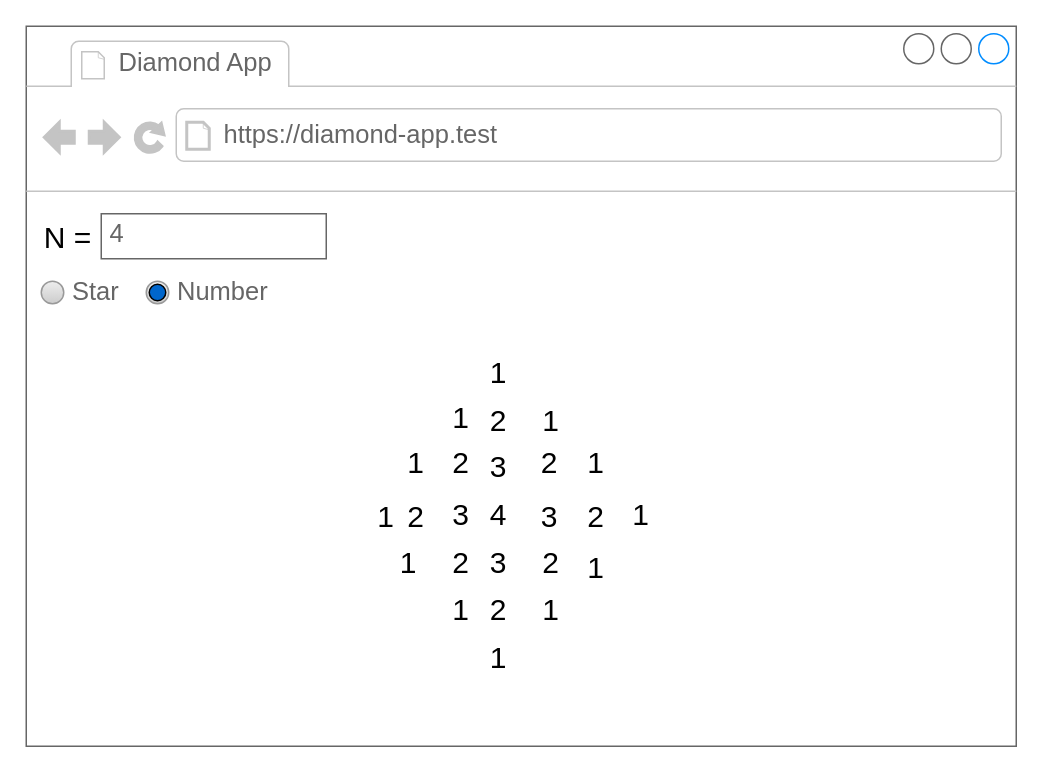
cubercise/diamond-assignment keeps this draw.io diagram as page "number" (1 of 2) of prototype.drawio. Above is the earlier version. Source tidied: cells renumbered, new cells numbered last; positions are measured from the earlier drawing's top-left corner, leaving out a move shared by most shapes. Both pictures are drawn from the tidied source at 150%, with x=0, y=0 at pixel (26, 26).
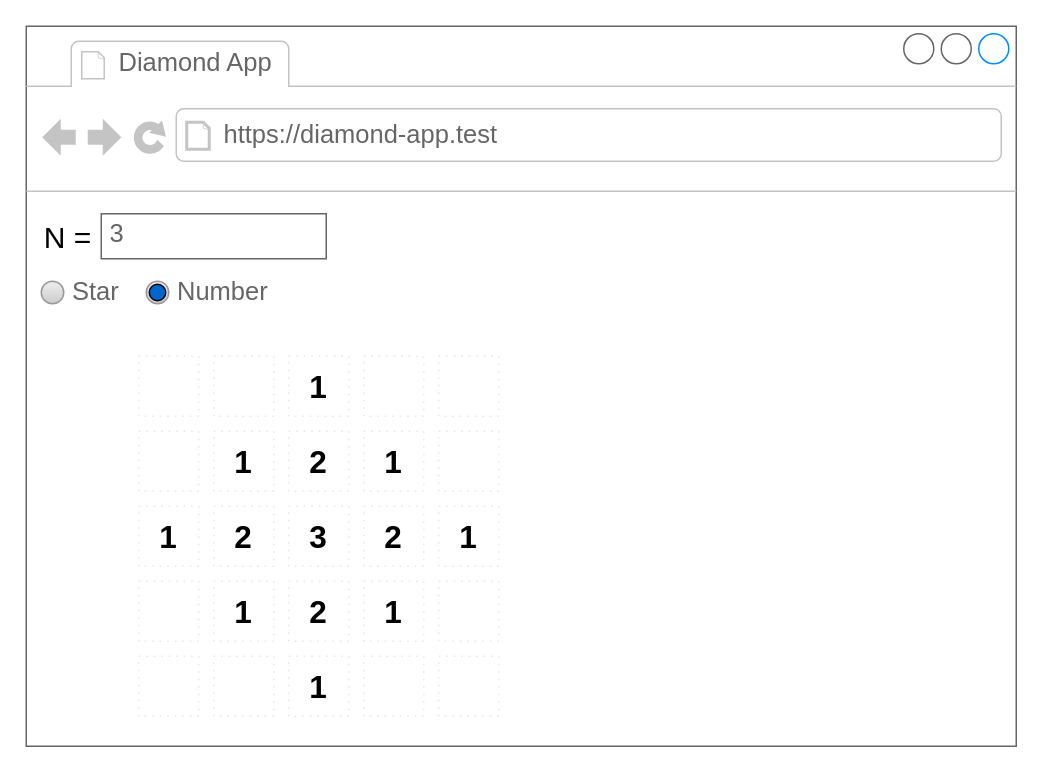
After the change.

The change refers to these unchanged cells:
```xml
<mxCell id="2" style="strokeWidth=1;shadow=0;dashed=0;align=center;html=1;shape=mxgraph.mockup.containers.browserWindow;rSize=0;strokeColor=#666666;strokeColor2=#008cff;strokeColor3=#c4c4c4;mainText=,;" parent="1" vertex="1">
  <mxGeometry width="660" height="480" as="geometry" />
</mxCell>
```

Diff of the diagram source:
```diff
@@
-    <mxCell id="5" value="4" style="strokeWidth=1;shadow=0;dashed=0;align=center;html=1;shape=mxgraph.mockup.text.textBox;fontColor=#666666;align=left;fontSize=17;spacingLeft=4;spacingTop=-3;strokeColor=#666666;mainText=;" parent="2" vertex="1">
+    <mxCell id="5" value="3" style="strokeWidth=1;shadow=0;dashed=0;align=center;html=1;shape=mxgraph.mockup.text.textBox;fontColor=#666666;align=left;fontSize=17;spacingLeft=4;spacingTop=-3;strokeColor=#666666;mainText=;" parent="2" vertex="1">
       <mxGeometry x="50" y="125" width="150" height="30" as="geometry" />
     </mxCell>
@@
-    <mxCell id="9" value="1" style="text;html=1;strokeColor=none;fillColor=none;align=center;verticalAlign=middle;whiteSpace=wrap;rounded=0;sketch=0;fontSize=20;" parent="2" vertex="1">
-      <mxGeometry x="295" y="220" width="40" height="20" as="geometry" />
-    </mxCell>
-    <mxCell id="10" value="2" style="text;html=1;strokeColor=none;fillColor=none;align=center;verticalAlign=middle;whiteSpace=wrap;rounded=0;sketch=0;fontSize=20;" parent="2" vertex="1">
-      <mxGeometry x="295" y="252" width="40" height="20" as="geometry" />
-    </mxCell>
-    <mxCell id="11" value="3" style="text;html=1;strokeColor=none;fillColor=none;align=center;verticalAlign=middle;whiteSpace=wrap;rounded=0;sketch=0;fontSize=20;" parent="2" vertex="1">
-      <mxGeometry x="295" y="283" width="40" height="20" as="geometry" />
-    </mxCell>
-    <mxCell id="12" value="4" style="text;html=1;strokeColor=none;fillColor=none;align=center;verticalAlign=middle;whiteSpace=wrap;rounded=0;sketch=0;fontSize=20;" parent="2" vertex="1">
-      <mxGeometry x="295" y="315" width="40" height="20" as="geometry" />
-    </mxCell>
-    <mxCell id="13" value="3" style="text;html=1;strokeColor=none;fillColor=none;align=center;verticalAlign=middle;whiteSpace=wrap;rounded=0;sketch=0;fontSize=20;" parent="2" vertex="1">
-      <mxGeometry x="295" y="347" width="40" height="20" as="geometry" />
-    </mxCell>
-    <mxCell id="14" value="2" style="text;html=1;strokeColor=none;fillColor=none;align=center;verticalAlign=middle;whiteSpace=wrap;rounded=0;sketch=0;fontSize=20;" parent="2" vertex="1">
-      <mxGeometry x="295" y="378" width="40" height="20" as="geometry" />
-    </mxCell>
-    <mxCell id="15" value="1" style="text;html=1;strokeColor=none;fillColor=none;align=center;verticalAlign=middle;whiteSpace=wrap;rounded=0;sketch=0;fontSize=20;" parent="2" vertex="1">
-      <mxGeometry x="390" y="315" width="40" height="20" as="geometry" />
-    </mxCell>
-    <mxCell id="16" value="3" style="text;html=1;strokeColor=none;fillColor=none;align=center;verticalAlign=middle;whiteSpace=wrap;rounded=0;sketch=0;fontSize=20;" parent="2" vertex="1">
-      <mxGeometry x="270" y="315" width="40" height="20" as="geometry" />
-    </mxCell>
-    <mxCell id="17" value="1" style="text;html=1;strokeColor=none;fillColor=none;align=center;verticalAlign=middle;whiteSpace=wrap;rounded=0;sketch=0;fontSize=20;" parent="2" vertex="1">
-      <mxGeometry x="330" y="252" width="40" height="20" as="geometry" />
-    </mxCell>
-    <mxCell id="18" value="1" style="text;html=1;strokeColor=none;fillColor=none;align=center;verticalAlign=middle;whiteSpace=wrap;rounded=0;sketch=0;fontSize=20;" parent="2" vertex="1">
-      <mxGeometry x="235" y="347" width="40" height="20" as="geometry" />
-    </mxCell>
-    <mxCell id="19" value="1" style="text;html=1;strokeColor=none;fillColor=none;align=center;verticalAlign=middle;whiteSpace=wrap;rounded=0;sketch=0;fontSize=20;" parent="2" vertex="1">
-      <mxGeometry x="270" y="378" width="40" height="20" as="geometry" />
-    </mxCell>
-    <mxCell id="20" value="2" style="text;html=1;strokeColor=none;fillColor=none;align=center;verticalAlign=middle;whiteSpace=wrap;rounded=0;sketch=0;fontSize=20;" parent="2" vertex="1">
-      <mxGeometry x="270" y="347" width="40" height="20" as="geometry" />
-    </mxCell>
-    <mxCell id="21" value="2" style="text;html=1;strokeColor=none;fillColor=none;align=center;verticalAlign=middle;whiteSpace=wrap;rounded=0;sketch=0;fontSize=20;" parent="2" vertex="1">
-      <mxGeometry x="330" y="347" width="40" height="20" as="geometry" />
-    </mxCell>
-    <mxCell id="22" value="1" style="text;html=1;strokeColor=none;fillColor=none;align=center;verticalAlign=middle;whiteSpace=wrap;rounded=0;sketch=0;fontSize=20;" parent="2" vertex="1">
-      <mxGeometry x="330" y="378" width="40" height="20" as="geometry" />
-    </mxCell>
+    <mxCell id="35" style="group;" parent="2" vertex="1">
+      <mxGeometry x="25" y="220" width="340" height="240" as="geometry" />
+    </mxCell>
+    <mxCell id="36" style="group;fontSize=21;fontStyle=1;" parent="35" vertex="1">
+      <mxGeometry width="340" height="40" as="geometry" />
+    </mxCell>
+    <mxCell id="37" style="whiteSpace=wrap;html=1;fontSize=21;fontStyle=1;dashed=1;dashPattern=1 4;strokeColor=#E6E6E6;" parent="36" vertex="1">
+      <mxGeometry x="50" width="40" height="40" as="geometry" />
+    </mxCell>
+    <mxCell id="38" style="whiteSpace=wrap;html=1;fontSize=21;fontStyle=1;dashed=1;dashPattern=1 4;strokeColor=#E6E6E6;" parent="36" vertex="1">
+      <mxGeometry x="100" width="40" height="40" as="geometry" />
+    </mxCell>
+    <mxCell id="39" value="1" style="whiteSpace=wrap;html=1;fontSize=21;fontStyle=1;dashed=1;dashPattern=1 4;strokeColor=#E6E6E6;" parent="36" vertex="1">
+      <mxGeometry x="150" width="40" height="40" as="geometry" />
+    </mxCell>
+    <mxCell id="40" style="whiteSpace=wrap;html=1;fontSize=21;fontStyle=1;dashed=1;dashPattern=1 4;strokeColor=#E6E6E6;" parent="36" vertex="1">
+      <mxGeometry x="200" width="40" height="40" as="geometry" />
+    </mxCell>
+    <mxCell id="41" style="whiteSpace=wrap;html=1;fontSize=21;fontStyle=1;dashed=1;dashPattern=1 4;strokeColor=#E6E6E6;" parent="36" vertex="1">
+      <mxGeometry x="250" width="40" height="40" as="geometry" />
+    </mxCell>
+    <mxCell id="42" style="group;fontSize=21;fontStyle=1;" parent="35" vertex="1">
+      <mxGeometry y="50" width="340" height="40" as="geometry" />
+    </mxCell>
+    <mxCell id="43" style="whiteSpace=wrap;html=1;fontSize=21;fontStyle=1;dashed=1;dashPattern=1 4;strokeColor=#E6E6E6;" parent="42" vertex="1">
+      <mxGeometry x="50" width="40" height="40" as="geometry" />
+    </mxCell>
+    <mxCell id="44" value="1" style="whiteSpace=wrap;html=1;fontSize=21;fontStyle=1;dashed=1;dashPattern=1 4;strokeColor=#E6E6E6;" parent="42" vertex="1">
+      <mxGeometry x="100" width="40" height="40" as="geometry" />
+    </mxCell>
+    <mxCell id="45" value="2" style="whiteSpace=wrap;html=1;fontSize=21;fontStyle=1;dashed=1;dashPattern=1 4;strokeColor=#E6E6E6;" parent="42" vertex="1">
+      <mxGeometry x="150" width="40" height="40" as="geometry" />
+    </mxCell>
+    <mxCell id="46" value="1" style="whiteSpace=wrap;html=1;fontSize=21;fontStyle=1;dashed=1;dashPattern=1 4;strokeColor=#E6E6E6;" parent="42" vertex="1">
+      <mxGeometry x="200" width="40" height="40" as="geometry" />
+    </mxCell>
+    <mxCell id="47" style="whiteSpace=wrap;html=1;fontSize=21;fontStyle=1;dashed=1;dashPattern=1 4;strokeColor=#E6E6E6;" parent="42" vertex="1">
+      <mxGeometry x="250" width="40" height="40" as="geometry" />
+    </mxCell>
+    <mxCell id="48" style="group;fontSize=21;fontStyle=1;" parent="35" vertex="1">
+      <mxGeometry y="100" width="340" height="40" as="geometry" />
+    </mxCell>
+    <mxCell id="49" value="1" style="whiteSpace=wrap;html=1;fontSize=21;fontStyle=1;dashed=1;dashPattern=1 4;strokeColor=#E6E6E6;" parent="48" vertex="1">
+      <mxGeometry x="50" width="40" height="40" as="geometry" />
+    </mxCell>
+    <mxCell id="50" value="2" style="whiteSpace=wrap;html=1;fontSize=21;fontStyle=1;dashed=1;dashPattern=1 4;strokeColor=#E6E6E6;" parent="48" vertex="1">
+      <mxGeometry x="100" width="40" height="40" as="geometry" />
+    </mxCell>
+    <mxCell id="51" value="3" style="whiteSpace=wrap;html=1;fontSize=21;fontStyle=1;dashed=1;dashPattern=1 4;strokeColor=#E6E6E6;" parent="48" vertex="1">
+      <mxGeometry x="150" width="40" height="40" as="geometry" />
+    </mxCell>
+    <mxCell id="52" value="2" style="whiteSpace=wrap;html=1;fontSize=21;fontStyle=1;dashed=1;dashPattern=1 4;strokeColor=#E6E6E6;" parent="48" vertex="1">
+      <mxGeometry x="200" width="40" height="40" as="geometry" />
+    </mxCell>
+    <mxCell id="53" value="1" style="whiteSpace=wrap;html=1;fontSize=21;fontStyle=1;dashed=1;dashPattern=1 4;strokeColor=#E6E6E6;" parent="48" vertex="1">
+      <mxGeometry x="250" width="40" height="40" as="geometry" />
+    </mxCell>
+    <mxCell id="54" style="group;fontSize=21;fontStyle=1;" parent="35" vertex="1">
+      <mxGeometry y="150" width="340" height="40" as="geometry" />
+    </mxCell>
+    <mxCell id="55" style="whiteSpace=wrap;html=1;fontSize=21;fontStyle=1;dashed=1;dashPattern=1 4;strokeColor=#E6E6E6;" parent="54" vertex="1">
+      <mxGeometry x="50" width="40" height="40" as="geometry" />
+    </mxCell>
+    <mxCell id="56" value="1" style="whiteSpace=wrap;html=1;fontSize=21;fontStyle=1;dashed=1;dashPattern=1 4;strokeColor=#E6E6E6;" parent="54" vertex="1">
+      <mxGeometry x="100" width="40" height="40" as="geometry" />
+    </mxCell>
+    <mxCell id="57" value="2" style="whiteSpace=wrap;html=1;fontSize=21;fontStyle=1;dashed=1;dashPattern=1 4;strokeColor=#E6E6E6;" parent="54" vertex="1">
+      <mxGeometry x="150" width="40" height="40" as="geometry" />
+    </mxCell>
+    <mxCell id="58" value="1" style="whiteSpace=wrap;html=1;fontSize=21;fontStyle=1;dashed=1;dashPattern=1 4;strokeColor=#E6E6E6;" parent="54" vertex="1">
+      <mxGeometry x="200" width="40" height="40" as="geometry" />
+    </mxCell>
+    <mxCell id="59" style="whiteSpace=wrap;html=1;fontSize=21;fontStyle=1;dashed=1;dashPattern=1 4;strokeColor=#E6E6E6;" parent="54" vertex="1">
+      <mxGeometry x="250" width="40" height="40" as="geometry" />
+    </mxCell>
+    <mxCell id="60" style="group;fontSize=21;fontStyle=1;" parent="35" vertex="1">
+      <mxGeometry y="200" width="340" height="40" as="geometry" />
+    </mxCell>
+    <mxCell id="61" style="whiteSpace=wrap;html=1;fontSize=21;fontStyle=1;dashed=1;dashPattern=1 4;strokeColor=#E6E6E6;" parent="60" vertex="1">
+      <mxGeometry x="50" width="40" height="40" as="geometry" />
+    </mxCell>
+    <mxCell id="62" style="whiteSpace=wrap;html=1;fontSize=21;fontStyle=1;dashed=1;dashPattern=1 4;strokeColor=#E6E6E6;" parent="60" vertex="1">
+      <mxGeometry x="100" width="40" height="40" as="geometry" />
+    </mxCell>
+    <mxCell id="63" value="1" style="whiteSpace=wrap;html=1;fontSize=21;fontStyle=1;dashed=1;dashPattern=1 4;strokeColor=#E6E6E6;" parent="60" vertex="1">
+      <mxGeometry x="150" width="40" height="40" as="geometry" />
+    </mxCell>
+    <mxCell id="64" style="whiteSpace=wrap;html=1;fontSize=21;fontStyle=1;dashed=1;dashPattern=1 4;strokeColor=#E6E6E6;" parent="60" vertex="1">
+      <mxGeometry x="200" width="40" height="40" as="geometry" />
+    </mxCell>
+    <mxCell id="65" style="whiteSpace=wrap;html=1;fontSize=21;fontStyle=1;dashed=1;dashPattern=1 4;strokeColor=#E6E6E6;" parent="60" vertex="1">
+      <mxGeometry x="250" width="40" height="40" as="geometry" />
+    </mxCell>
@@
-    <mxCell id="24" value="1" style="text;html=1;strokeColor=none;fillColor=none;align=center;verticalAlign=middle;whiteSpace=wrap;rounded=0;sketch=0;fontSize=20;" parent="1" vertex="1">
-      <mxGeometry x="295" y="410" width="40" height="20" as="geometry" />
-    </mxCell>
-    <mxCell id="25" value="3" style="text;html=1;strokeColor=none;fillColor=none;align=center;verticalAlign=middle;whiteSpace=wrap;rounded=0;sketch=0;fontSize=20;" parent="1" vertex="1">
-      <mxGeometry x="329" y="316" width="40" height="20" as="geometry" />
-    </mxCell>
-    <mxCell id="26" value="2" style="text;html=1;strokeColor=none;fillColor=none;align=center;verticalAlign=middle;whiteSpace=wrap;rounded=0;sketch=0;fontSize=20;" parent="1" vertex="1">
-      <mxGeometry x="360" y="316" width="40" height="20" as="geometry" />
-    </mxCell>
-    <mxCell id="27" value="2" style="text;html=1;strokeColor=none;fillColor=none;align=center;verticalAlign=middle;whiteSpace=wrap;rounded=0;sketch=0;fontSize=20;" parent="1" vertex="1">
-      <mxGeometry x="240" y="316" width="40" height="20" as="geometry" />
-    </mxCell>
-    <mxCell id="28" value="1" style="text;html=1;strokeColor=none;fillColor=none;align=center;verticalAlign=middle;whiteSpace=wrap;rounded=0;sketch=0;fontSize=20;" parent="1" vertex="1">
-      <mxGeometry x="220" y="316" width="40" height="20" as="geometry" />
-    </mxCell>
-    <mxCell id="29" value="1" style="text;html=1;strokeColor=none;fillColor=none;align=center;verticalAlign=middle;whiteSpace=wrap;rounded=0;sketch=0;fontSize=20;" parent="1" vertex="1">
-      <mxGeometry x="270" y="250" width="40" height="20" as="geometry" />
-    </mxCell>
-    <mxCell id="30" value="1" style="text;html=1;strokeColor=none;fillColor=none;align=center;verticalAlign=middle;whiteSpace=wrap;rounded=0;sketch=0;fontSize=20;" parent="1" vertex="1">
-      <mxGeometry x="240" y="280" width="40" height="20" as="geometry" />
-    </mxCell>
-    <mxCell id="31" value="2" style="text;html=1;strokeColor=none;fillColor=none;align=center;verticalAlign=middle;whiteSpace=wrap;rounded=0;sketch=0;fontSize=20;" parent="1" vertex="1">
-      <mxGeometry x="270" y="280" width="40" height="20" as="geometry" />
-    </mxCell>
-    <mxCell id="32" value="2" style="text;html=1;strokeColor=none;fillColor=none;align=center;verticalAlign=middle;whiteSpace=wrap;rounded=0;sketch=0;fontSize=20;" parent="1" vertex="1">
-      <mxGeometry x="329" y="280" width="40" height="20" as="geometry" />
-    </mxCell>
-    <mxCell id="33" value="1" style="text;html=1;strokeColor=none;fillColor=none;align=center;verticalAlign=middle;whiteSpace=wrap;rounded=0;sketch=0;fontSize=20;" parent="1" vertex="1">
-      <mxGeometry x="360" y="280" width="40" height="20" as="geometry" />
-    </mxCell>
-    <mxCell id="34" value="1" style="text;html=1;strokeColor=none;fillColor=none;align=center;verticalAlign=middle;whiteSpace=wrap;rounded=0;sketch=0;fontSize=20;" parent="1" vertex="1">
-      <mxGeometry x="360" y="350" width="40" height="20" as="geometry" />
-    </mxCell>
```
